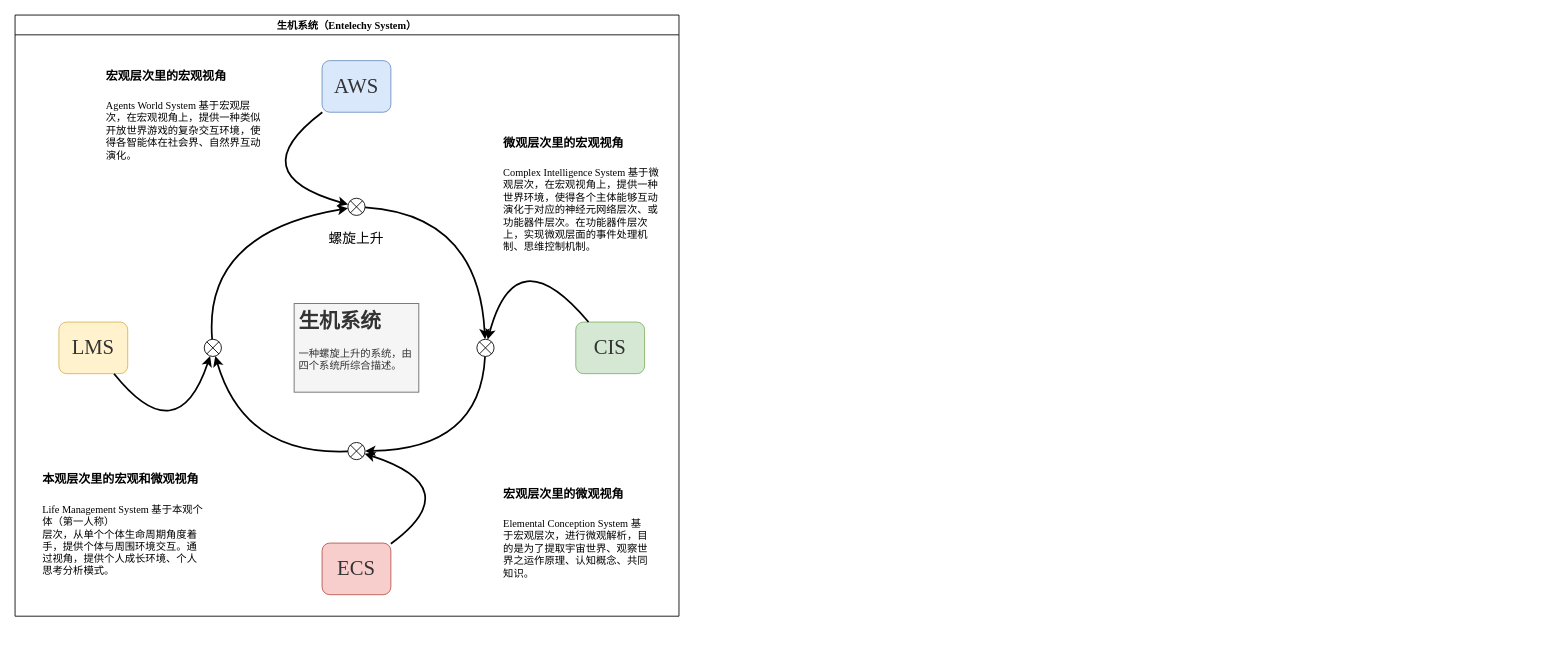
This is page "生机系统之总体框架" (1 of 2) of Theory/总体分析框架.drawio from EntelechySystem/EntelechySystem_theory, a draw.io file, before an edit. Source tidied: cells renumbered, new cells numbered last; positions are measured from the earlier drawing's top-left corner, leaving out a move shared by most shapes. Both pictures are drawn from the tidied source at 86%, with x=0, y=0 at pixel (15, 15).
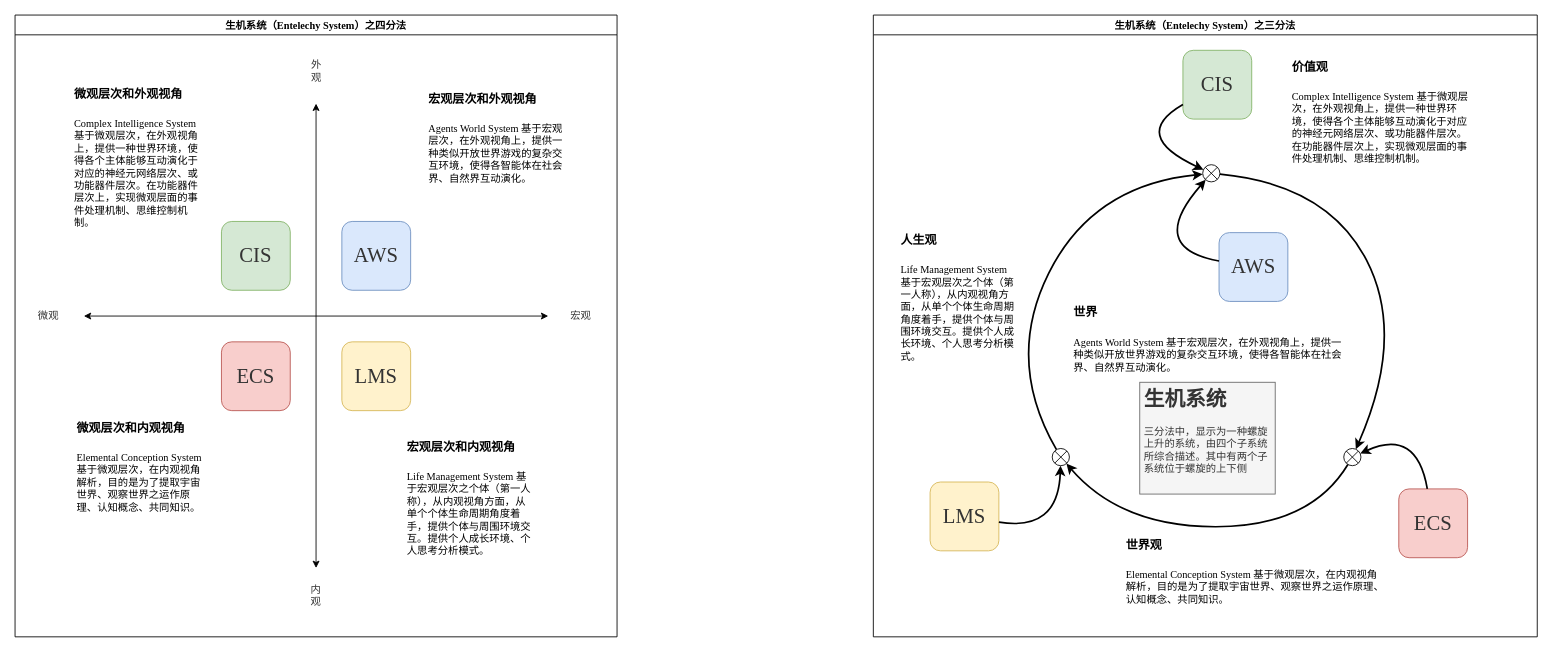
After the change.

Commit message:
Update 总体分析框架.drawio

What changed in the source:
```diff
@@
-    <mxCell id="2" value="生机系统（Entelechy System）" style="swimlane;fontFamily=Times New Roman;fontSize=12;" parent="1" vertex="1">
-      <mxGeometry width="772" height="699" as="geometry" />
+    <mxCell id="2" value="生机系统（Entelechy System）之四分法" style="swimlane;fontFamily=Times New Roman;fontSize=12;" parent="1" vertex="1">
+      <mxGeometry width="700" height="723" as="geometry" />
     </mxCell>
+    <mxCell id="16" value="CIS" style="rounded=1;whiteSpace=wrap;html=1;fontFamily=Times New Roman;fontSize=24;fillColor=#d5e8d4;strokeColor=#82b366;fontColor=#333333;" parent="2" vertex="1">
+      <mxGeometry x="240" y="240" width="80" height="80" as="geometry" />
+    </mxCell>
     <mxCell id="3" value="AWS" style="rounded=1;whiteSpace=wrap;html=1;fontFamily=Times New Roman;fontSize=24;fillColor=#dae8fc;strokeColor=#6c8ebf;fontColor=#333333;" parent="2" vertex="1">
-      <mxGeometry x="357" y="53" width="80" height="60" as="geometry" />
+      <mxGeometry x="380" y="240" width="80" height="80" as="geometry" />
     </mxCell>
+    <mxCell id="25" style="endArrow=classic;startArrow=classic;html=1;rounded=0;fontColor=#333333;" parent="2" edge="1">
+      <mxGeometry relative="1" as="geometry">
+        <mxPoint x="80" y="350" as="sourcePoint" />
+        <mxPoint x="620" y="350" as="targetPoint" />
+      </mxGeometry>
+    </mxCell>
+    <mxCell id="26" style="endArrow=classic;startArrow=classic;html=1;rounded=0;fontColor=#333333;" parent="2" edge="1">
+      <mxGeometry relative="1" as="geometry">
+        <mxPoint x="350" y="103" as="sourcePoint" />
+        <mxPoint x="350" y="643" as="targetPoint" />
+      </mxGeometry>
+    </mxCell>
+    <mxCell id="9" value="ECS" style="rounded=1;whiteSpace=wrap;html=1;fontFamily=Times New Roman;fontSize=24;fillColor=#f8cecc;strokeColor=#b85450;fontColor=#333333;" parent="2" vertex="1">
+      <mxGeometry x="240" y="380" width="80" height="80" as="geometry" />
+    </mxCell>
+    <mxCell id="27" value="宏观" style="text;html=1;strokeColor=none;fillColor=none;align=center;verticalAlign=middle;whiteSpace=wrap;rounded=0;fontColor=#333333;fontFamily=Times New Roman;" parent="2" vertex="1">
+      <mxGeometry x="628" y="334.5" width="60" height="30" as="geometry" />
+    </mxCell>
+    <mxCell id="28" value="微观" style="text;html=1;strokeColor=none;fillColor=none;align=center;verticalAlign=middle;whiteSpace=wrap;rounded=0;fontColor=#333333;fontFamily=Times New Roman;" parent="2" vertex="1">
+      <mxGeometry x="9" y="334.5" width="60" height="30" as="geometry" />
+    </mxCell>
+    <mxCell id="29" value="外观" style="text;html=1;strokeColor=none;fillColor=none;align=center;verticalAlign=middle;whiteSpace=wrap;rounded=0;fontColor=#333333;fontFamily=Times New Roman;horizontal=1;" parent="2" vertex="1">
+      <mxGeometry x="339.5" y="50" width="21" height="30" as="geometry" />
+    </mxCell>
+    <mxCell id="30" value="内观" style="text;html=1;strokeColor=none;fillColor=none;align=center;verticalAlign=middle;whiteSpace=wrap;rounded=0;fontColor=#333333;fontFamily=Times New Roman;" parent="2" vertex="1">
+      <mxGeometry x="340" y="660" width="20" height="30" as="geometry" />
+    </mxCell>
-    <mxCell id="4" value="&lt;h1 style=&quot;&quot;&gt;&lt;font style=&quot;font-size: 14px;&quot;&gt;宏观层次里的宏观视角&lt;/font&gt;&lt;/h1&gt;&lt;p style=&quot;font-size: 12px;&quot;&gt;Agents World System 基于宏观层次，在宏观视角上，提供一种类似开放世界游戏的复杂交互环境，使得各智能体在社会界、自然界互动演化。&lt;/p&gt;" style="text;html=1;strokeColor=none;fillColor=none;spacing=5;spacingTop=-20;whiteSpace=wrap;overflow=hidden;rounded=0;fontFamily=Times New Roman;fontSize=12;" parent="2" vertex="1">
-      <mxGeometry x="101" y="48" width="198" height="125" as="geometry" />
+    <mxCell id="4" value="&lt;h1 style=&quot;&quot;&gt;&lt;font style=&quot;font-size: 14px;&quot;&gt;宏观层次和外观视角&lt;/font&gt;&lt;/h1&gt;&lt;p style=&quot;font-size: 12px;&quot;&gt;Agents World System 基于宏观层次，在外观视角上，提供一种类似开放世界游戏的复杂交互环境，使得各智能体在社会界、自然界互动演化。&lt;/p&gt;" style="text;html=1;strokeColor=none;fillColor=none;spacing=5;spacingTop=-20;whiteSpace=wrap;overflow=hidden;rounded=0;fontFamily=Times New Roman;fontSize=12;" parent="2" vertex="1">
+      <mxGeometry x="476" y="75" width="166" height="169" as="geometry" />
     </mxCell>
-    <mxCell id="5" style="shape=sumEllipse;perimeter=ellipsePerimeter;whiteSpace=wrap;html=1;backgroundOutline=1;fontFamily=Times New Roman;fontSize=14;" parent="2" vertex="1">
-      <mxGeometry x="537" y="377" width="20" height="20" as="geometry" />
-    </mxCell>
-    <mxCell id="6" style="shape=sumEllipse;perimeter=ellipsePerimeter;whiteSpace=wrap;html=1;backgroundOutline=1;fontFamily=Times New Roman;fontSize=14;" parent="2" vertex="1">
-      <mxGeometry x="387" y="497" width="20" height="20" as="geometry" />
-    </mxCell>
-    <mxCell id="7" style="jettySize=auto;html=1;fontFamily=Times New Roman;fontSize=14;strokeWidth=2;curved=1;comic=0;flowAnimation=1;" parent="2" edge="1" source="5" target="6">
-      <mxGeometry relative="1" as="geometry">
-        <Array as="points">
-          <mxPoint x="541" y="505" />
-        </Array>
-      </mxGeometry>
-    </mxCell>
-    <mxCell id="8" value="&lt;h1 style=&quot;&quot;&gt;&lt;font style=&quot;font-size: 14px;&quot;&gt;宏观层次里的微观视角&lt;/font&gt;&lt;/h1&gt;&lt;p style=&quot;font-size: 12px;&quot;&gt;Elemental Conception System 基于宏观层次，进行微观解析，目的是为了提取宇宙世界、观察世界之运作原理、认知概念、共同知识。&lt;br&gt;&lt;/p&gt;" style="text;html=1;strokeColor=none;fillColor=none;spacing=5;spacingTop=-20;whiteSpace=wrap;overflow=hidden;rounded=0;fontFamily=Times New Roman;fontSize=12;" parent="2" vertex="1">
-      <mxGeometry x="563" y="534" width="179" height="132" as="geometry" />
+    <mxCell id="8" value="&lt;h1 style=&quot;&quot;&gt;&lt;font style=&quot;font-size: 14px;&quot;&gt;微观层次和内观视角&lt;/font&gt;&lt;/h1&gt;&lt;p style=&quot;font-size: 12px;&quot;&gt;Elemental Conception System 基于微观层次，在内观视角解析，目的是为了提取宇宙世界、观察世界之运作原理、认知概念、共同知识。&lt;br&gt;&lt;/p&gt;" style="text;html=1;strokeColor=none;fillColor=none;spacing=5;spacingTop=-20;whiteSpace=wrap;overflow=hidden;rounded=0;fontFamily=Times New Roman;fontSize=12;" parent="2" vertex="1">
+      <mxGeometry x="66.5" y="457" width="158" height="135" as="geometry" />
     </mxCell>
-    <mxCell id="9" value="ECS" style="rounded=1;whiteSpace=wrap;html=1;fontFamily=Times New Roman;fontSize=24;fillColor=#f8cecc;strokeColor=#b85450;fontColor=#333333;" parent="2" vertex="1">
-      <mxGeometry x="357" y="614" width="80" height="60" as="geometry" />
-    </mxCell>
-    <mxCell id="10" style="jettySize=auto;html=1;fontFamily=Times New Roman;fontSize=14;strokeWidth=2;curved=1;comic=0;flowAnimation=1;" parent="2" edge="1" source="9" target="6">
-      <mxGeometry relative="1" as="geometry">
-        <Array as="points">
-          <mxPoint x="527" y="549" />
-        </Array>
-      </mxGeometry>
-    </mxCell>
+    <mxCell id="14" value="LMS" style="rounded=1;whiteSpace=wrap;html=1;fontFamily=Times New Roman;fontSize=24;fillColor=#fff2cc;strokeColor=#d6b656;fontColor=#333333;" parent="2" vertex="1">
+      <mxGeometry x="380" y="380" width="80" height="80" as="geometry" />
+    </mxCell>
+    <mxCell id="18" value="&lt;p style=&quot;line-height: 1.2;&quot;&gt;&lt;/p&gt;&lt;h1 style=&quot;&quot;&gt;&lt;font style=&quot;font-size: 14px;&quot;&gt;宏观层次和内观视角&lt;/font&gt;&lt;/h1&gt;&lt;p style=&quot;font-size: 12px;&quot;&gt;&lt;/p&gt;Life Management System 基于宏观层次之个体（第一人称），从内观视角方面，从单个个体&lt;span style=&quot;background-color: initial;&quot;&gt;生命周期角度着手，提供个体与周围环境交互。&lt;/span&gt;&lt;span style=&quot;background-color: initial;&quot;&gt;提供个人成长环境、个人思考分析模式。&lt;/span&gt;&lt;p&gt;&lt;/p&gt;" style="text;html=1;strokeColor=none;fillColor=none;spacing=5;spacingTop=-20;whiteSpace=wrap;overflow=hidden;rounded=0;fontFamily=Times New Roman;fontSize=12;" parent="2" vertex="1">
+      <mxGeometry x="451" y="479" width="156" height="188.5" as="geometry" />
+    </mxCell>
-    <mxCell id="11" value="&lt;h1 style=&quot;&quot;&gt;&lt;font style=&quot;font-size: 14px;&quot;&gt;微观层次里的宏观视角&lt;/font&gt;&lt;/h1&gt;&lt;p style=&quot;font-size: 12px;&quot;&gt;Complex Intelligence System 基于微观层次，在宏观视角上，提供一种世界环境，使得各个主体能够互动演化于对应的神经元网络层次、或功能器件层次。在功能器件层次上，实现微观层面的事件处理机制、思维控制机制。&lt;/p&gt;" style="text;html=1;strokeColor=none;fillColor=none;spacing=5;spacingTop=-20;whiteSpace=wrap;overflow=hidden;rounded=0;fontFamily=Times New Roman;fontSize=12;" parent="2" vertex="1">
-      <mxGeometry x="563" y="126" width="190" height="162" as="geometry" />
+    <mxCell id="11" value="&lt;h1 style=&quot;&quot;&gt;&lt;font style=&quot;font-size: 14px;&quot;&gt;微观层次和外观视角&lt;/font&gt;&lt;/h1&gt;&lt;p style=&quot;font-size: 12px;&quot;&gt;Complex Intelligence System 基于微观层次，在外观视角上，提供一种世界环境，使得各个主体能够互动演化于对应的神经元网络层次、或功能器件层次。在功能器件层次上，实现微观层面的事件处理机制、思维控制机制。&lt;/p&gt;" style="text;html=1;strokeColor=none;fillColor=none;spacing=5;spacingTop=-20;whiteSpace=wrap;overflow=hidden;rounded=0;fontFamily=Times New Roman;fontSize=12;" parent="2" vertex="1">
+      <mxGeometry x="64" y="69" width="163" height="206" as="geometry" />
     </mxCell>
-    <mxCell id="12" style="shape=sumEllipse;perimeter=ellipsePerimeter;whiteSpace=wrap;html=1;backgroundOutline=1;fontFamily=Times New Roman;fontSize=14;" parent="2" vertex="1">
-      <mxGeometry x="220" y="377" width="20" height="20" as="geometry" />
-    </mxCell>
-    <mxCell id="13" style="jettySize=auto;html=1;fontFamily=Times New Roman;fontSize=14;strokeWidth=2;curved=1;comic=0;flowAnimation=1;" parent="2" edge="1" source="6" target="12">
-      <mxGeometry relative="1" as="geometry">
-        <Array as="points">
-          <mxPoint x="267" y="512" />
-        </Array>
-      </mxGeometry>
-    </mxCell>
-    <mxCell id="14" value="LMS" style="rounded=1;whiteSpace=wrap;html=1;fontFamily=Times New Roman;fontSize=24;fillColor=#fff2cc;strokeColor=#d6b656;fontColor=#333333;" parent="2" vertex="1">
-      <mxGeometry x="51" y="357" width="80" height="60" as="geometry" />
-    </mxCell>
-    <mxCell id="15" style="jettySize=auto;html=1;fontFamily=Times New Roman;fontSize=14;strokeWidth=2;comic=0;flowAnimation=1;curved=1;" parent="2" edge="1" source="14" target="12">
-      <mxGeometry relative="1" as="geometry">
-        <Array as="points">
-          <mxPoint x="189" y="509" />
-        </Array>
-      </mxGeometry>
-    </mxCell>
-    <mxCell id="16" value="CIS" style="rounded=1;whiteSpace=wrap;html=1;fontFamily=Times New Roman;fontSize=24;fillColor=#d5e8d4;strokeColor=#82b366;fontColor=#333333;" parent="2" vertex="1">
-      <mxGeometry x="652" y="357" width="80" height="60" as="geometry" />
-    </mxCell>
-    <mxCell id="17" style="edgeStyle=none;curved=1;jettySize=auto;html=1;fontFamily=Times New Roman;fontSize=14;strokeWidth=2;comic=0;flowAnimation=1;" parent="2" edge="1" source="16" target="5">
-      <mxGeometry relative="1" as="geometry">
-        <Array as="points">
-          <mxPoint x="582" y="256" />
-        </Array>
-      </mxGeometry>
-    </mxCell>
-    <mxCell id="18" value="&lt;p style=&quot;line-height: 1.2;&quot;&gt;&lt;/p&gt;&lt;h1 style=&quot;&quot;&gt;&lt;font style=&quot;font-size: 14px;&quot;&gt;本观层次里的宏观和微观视角&lt;/font&gt;&lt;/h1&gt;&lt;p style=&quot;font-size: 12px;&quot;&gt;&lt;/p&gt;Life Management System 基于本观个体（第一人称）&lt;br&gt;层次，从单个个体&lt;span style=&quot;background-color: initial;&quot;&gt;生命周期角度着手，提供个体与周围环境交互。通过视角，&lt;/span&gt;&lt;span style=&quot;background-color: initial;&quot;&gt;提供个人成长环境、个人思考分析模式。&lt;/span&gt;&lt;p&gt;&lt;/p&gt;" style="text;html=1;strokeColor=none;fillColor=none;spacing=5;spacingTop=-20;whiteSpace=wrap;overflow=hidden;rounded=0;fontFamily=Times New Roman;fontSize=12;" parent="2" vertex="1">
-      <mxGeometry x="27" y="517" width="196" height="149" as="geometry" />
-    </mxCell>
-    <mxCell id="19" style="edgeStyle=none;curved=1;jettySize=auto;html=1;fontFamily=Times New Roman;fontSize=14;strokeWidth=2;comic=0;flowAnimation=1;" parent="1" edge="1" source="3" target="22">
-      <mxGeometry relative="1" as="geometry">
-        <Array as="points">
-          <mxPoint x="262" y="185" />
-        </Array>
-      </mxGeometry>
-    </mxCell>
-    <mxCell id="20" style="jettySize=auto;html=1;fontFamily=Times New Roman;fontSize=14;strokeWidth=2;curved=1;comic=0;flowAnimation=1;" parent="1" edge="1" source="12" target="22">
-      <mxGeometry relative="1" as="geometry">
-        <Array as="points">
-          <mxPoint x="219" y="253" />
-        </Array>
-      </mxGeometry>
-    </mxCell>
-    <mxCell id="21" value="螺旋上升" style="text;html=1;strokeColor=none;fillColor=none;align=center;verticalAlign=middle;whiteSpace=wrap;rounded=0;fontFamily=Times New Roman;fontSize=16;horizontal=1;direction=south;rotation=0;" parent="1" vertex="1">
-      <mxGeometry x="357" y="247" width="80" height="25" as="geometry" />
-    </mxCell>
-    <mxCell id="22" style="shape=sumEllipse;perimeter=ellipsePerimeter;whiteSpace=wrap;html=1;backgroundOutline=1;fontFamily=Times New Roman;fontSize=14;" parent="1" vertex="1">
-      <mxGeometry x="387" y="213" width="20" height="20" as="geometry" />
-    </mxCell>
-    <mxCell id="23" value="&lt;h1&gt;生机系统&lt;/h1&gt;&lt;p&gt;一种螺旋上升的系统，由四个系统所综合描述。&lt;/p&gt;" style="text;html=1;strokeColor=#666666;fillColor=#f5f5f5;spacing=5;spacingTop=-20;whiteSpace=wrap;overflow=hidden;rounded=0;fontFamily=Times New Roman;fontSize=12;absoluteArcSize=0;fontColor=#333333;" parent="1" vertex="1">
-      <mxGeometry x="324.5" y="335.5" width="145" height="103" as="geometry" />
-    </mxCell>
-    <mxCell id="24" style="jettySize=auto;html=1;fontFamily=Times New Roman;fontSize=14;strokeWidth=2;curved=1;comic=0;flowAnimation=1;" parent="1" edge="1" source="22" target="5">
-      <mxGeometry relative="1" as="geometry">
-        <Array as="points">
-          <mxPoint x="539" y="232" />
-        </Array>
-      </mxGeometry>
-    </mxCell>
+    <mxCell id="31" value="生机系统（Entelechy System）之三分法" style="swimlane;fontFamily=Times New Roman;fontSize=12;" parent="1" vertex="1">
+      <mxGeometry x="998" width="772" height="723" as="geometry" />
+    </mxCell>
+    <mxCell id="32" value="&lt;h1&gt;&lt;span style=&quot;font-size: 14px;&quot;&gt;世界&lt;/span&gt;&lt;/h1&gt;&lt;h1&gt;&lt;p style=&quot;font-size: 12px; font-weight: 400;&quot;&gt;Agents World System 基于宏观层次，在外观视角上，提供一种类似开放世界游戏的复杂交互环境，使得各智能体在社会界、自然界互动演化。&lt;/p&gt;&lt;/h1&gt;" style="text;html=1;strokeColor=none;fillColor=none;spacing=5;spacingTop=-20;whiteSpace=wrap;overflow=hidden;rounded=0;fontFamily=Times New Roman;fontSize=12;" parent="31" vertex="1">
+      <mxGeometry x="228" y="323" width="321" height="104" as="geometry" />
+    </mxCell>
+    <mxCell id="33" style="shape=sumEllipse;perimeter=ellipsePerimeter;whiteSpace=wrap;html=1;backgroundOutline=1;fontFamily=Times New Roman;fontSize=14;" parent="31" vertex="1">
+      <mxGeometry x="547" y="504" width="20" height="20" as="geometry" />
+    </mxCell>
+    <mxCell id="34" style="jettySize=auto;html=1;fontFamily=Times New Roman;fontSize=14;strokeWidth=2;curved=1;comic=0;flowAnimation=1;" parent="31" edge="1" source="43" target="33">
+      <mxGeometry relative="1" as="geometry">
+        <Array as="points">
+          <mxPoint x="528" y="197" />
+          <mxPoint x="619" y="373" />
+        </Array>
+      </mxGeometry>
+    </mxCell>
+    <mxCell id="35" value="ECS" style="rounded=1;whiteSpace=wrap;html=1;fontFamily=Times New Roman;fontSize=24;fillColor=#f8cecc;strokeColor=#b85450;fontColor=#333333;" parent="31" vertex="1">
+      <mxGeometry x="611" y="551" width="80" height="80" as="geometry" />
+    </mxCell>
+    <mxCell id="36" style="jettySize=auto;html=1;fontFamily=Times New Roman;fontSize=14;strokeWidth=2;curved=1;comic=0;flowAnimation=1;" parent="31" edge="1" source="35" target="33">
+      <mxGeometry relative="1" as="geometry">
+        <Array as="points">
+          <mxPoint x="632" y="480" />
+        </Array>
+      </mxGeometry>
+    </mxCell>
+    <mxCell id="37" style="shape=sumEllipse;perimeter=ellipsePerimeter;whiteSpace=wrap;html=1;backgroundOutline=1;fontFamily=Times New Roman;fontSize=14;" parent="31" vertex="1">
+      <mxGeometry x="208" y="504" width="20" height="20" as="geometry" />
+    </mxCell>
+    <mxCell id="38" style="jettySize=auto;html=1;fontFamily=Times New Roman;fontSize=14;strokeWidth=2;curved=1;comic=0;flowAnimation=1;" parent="31" edge="1" source="33" target="37">
+      <mxGeometry relative="1" as="geometry">
+        <Array as="points">
+          <mxPoint x="508" y="595" />
+          <mxPoint x="288" y="595" />
+        </Array>
+      </mxGeometry>
+    </mxCell>
+    <mxCell id="39" value="LMS" style="rounded=1;whiteSpace=wrap;html=1;fontFamily=Times New Roman;fontSize=24;fillColor=#fff2cc;strokeColor=#d6b656;fontColor=#333333;" parent="31" vertex="1">
+      <mxGeometry x="66" y="543" width="80" height="80" as="geometry" />
+    </mxCell>
+    <mxCell id="40" style="jettySize=auto;html=1;fontFamily=Times New Roman;fontSize=14;strokeWidth=2;comic=0;flowAnimation=1;curved=1;" parent="31" edge="1" source="39" target="37">
+      <mxGeometry relative="1" as="geometry">
+        <Array as="points">
+          <mxPoint x="215" y="601" />
+        </Array>
+      </mxGeometry>
+    </mxCell>
+    <mxCell id="41" value="CIS" style="rounded=1;whiteSpace=wrap;html=1;fontFamily=Times New Roman;fontSize=24;fillColor=#d5e8d4;strokeColor=#82b366;fontColor=#333333;" parent="31" vertex="1">
+      <mxGeometry x="360" y="41" width="80" height="80" as="geometry" />
+    </mxCell>
+    <mxCell id="42" value="AWS" style="rounded=1;whiteSpace=wrap;html=1;fontFamily=Times New Roman;fontSize=24;fillColor=#dae8fc;strokeColor=#6c8ebf;fontColor=#333333;" parent="31" vertex="1">
+      <mxGeometry x="402" y="253" width="80" height="80" as="geometry" />
+    </mxCell>
+    <mxCell id="43" style="shape=sumEllipse;perimeter=ellipsePerimeter;whiteSpace=wrap;html=1;backgroundOutline=1;fontFamily=Times New Roman;fontSize=14;" parent="31" vertex="1">
+      <mxGeometry x="383" y="174" width="20" height="20" as="geometry" />
+    </mxCell>
+    <mxCell id="44" style="edgeStyle=none;curved=1;jettySize=auto;html=1;fontFamily=Times New Roman;fontSize=14;strokeWidth=2;comic=0;flowAnimation=1;" parent="31" edge="1" source="41" target="43">
+      <mxGeometry relative="1" as="geometry">
+        <Array as="points">
+          <mxPoint x="298" y="140" />
+        </Array>
+      </mxGeometry>
+    </mxCell>
+    <mxCell id="45" style="jettySize=auto;html=1;fontFamily=Times New Roman;fontSize=14;strokeWidth=2;curved=1;comic=0;flowAnimation=1;" parent="31" edge="1" source="37" target="43">
+      <mxGeometry relative="1" as="geometry">
+        <Array as="points">
+          <mxPoint x="153" y="402" />
+          <mxPoint x="255" y="198" />
+        </Array>
+      </mxGeometry>
+    </mxCell>
+    <mxCell id="46" value="&lt;h1&gt;生机系统&lt;/h1&gt;&lt;p&gt;三分法中，显示为一种螺旋上升的系统，由四个子系统所综合描述。其中有两个子系统位于螺旋的上下侧&lt;/p&gt;" style="text;html=1;strokeColor=#666666;fillColor=#f5f5f5;spacing=5;spacingTop=-20;whiteSpace=wrap;overflow=hidden;rounded=0;fontFamily=Times New Roman;fontSize=12;absoluteArcSize=0;fontColor=#333333;" parent="31" vertex="1">
+      <mxGeometry x="309.8" y="427" width="157.5" height="130" as="geometry" />
+    </mxCell>
+    <mxCell id="47" value="&lt;h1 style=&quot;&quot;&gt;&lt;font style=&quot;font-size: 14px;&quot;&gt;价值观&lt;/font&gt;&lt;/h1&gt;&lt;p style=&quot;font-size: 12px;&quot;&gt;Complex Intelligence System 基于微观层次，在外观视角上，提供一种世界环境，使得各个主体能够互动演化于对应的神经元网络层次、或功能器件层次。在功能器件层次上，实现微观层面的事件处理机制、思维控制机制。&lt;/p&gt;" style="text;html=1;strokeColor=none;fillColor=none;spacing=5;spacingTop=-20;whiteSpace=wrap;overflow=hidden;rounded=0;fontFamily=Times New Roman;fontSize=12;" parent="31" vertex="1">
+      <mxGeometry x="482" y="37" width="215" height="178" as="geometry" />
+    </mxCell>
+    <mxCell id="48" value="&lt;h1 style=&quot;&quot;&gt;&lt;font style=&quot;font-size: 14px;&quot;&gt;世界观&lt;/font&gt;&lt;/h1&gt;&lt;p style=&quot;font-size: 12px;&quot;&gt;Elemental Conception System 基于微观层次，在内观视角解析，目的是为了提取宇宙世界、观察世界之运作原理、认知概念、共同知识。&lt;br&gt;&lt;/p&gt;" style="text;html=1;strokeColor=none;fillColor=none;spacing=5;spacingTop=-20;whiteSpace=wrap;overflow=hidden;rounded=0;fontFamily=Times New Roman;fontSize=12;" parent="31" vertex="1">
+      <mxGeometry x="289" y="593" width="312" height="96" as="geometry" />
+    </mxCell>
+    <mxCell id="49" value="&lt;p style=&quot;line-height: 1.2;&quot;&gt;&lt;/p&gt;&lt;h1 style=&quot;&quot;&gt;&lt;font style=&quot;font-size: 14px;&quot;&gt;人生观&lt;/font&gt;&lt;/h1&gt;&lt;p style=&quot;font-size: 12px;&quot;&gt;&lt;/p&gt;Life Management System 基于宏观层次之个体（第一人称），从内观视角方面，从单个个体&lt;span style=&quot;background-color: initial;&quot;&gt;生命周期角度着手，提供个体与周围环境交互。&lt;/span&gt;&lt;span style=&quot;background-color: initial;&quot;&gt;提供个人成长环境、个人思考分析模式。&lt;/span&gt;&lt;p&gt;&lt;/p&gt;" style="text;html=1;strokeColor=none;fillColor=none;spacing=5;spacingTop=-20;whiteSpace=wrap;overflow=hidden;rounded=0;fontFamily=Times New Roman;fontSize=12;" parent="31" vertex="1">
+      <mxGeometry x="27" y="239" width="141" height="229" as="geometry" />
+    </mxCell>
+    <mxCell id="50" style="edgeStyle=none;curved=1;jettySize=auto;html=1;fontFamily=Times New Roman;fontSize=14;strokeWidth=2;comic=0;flowAnimation=1;" parent="31" edge="1" source="42" target="43">
+      <mxGeometry relative="1" as="geometry">
+        <Array as="points">
+          <mxPoint x="317" y="271" />
+        </Array>
+      </mxGeometry>
+    </mxCell>
```
